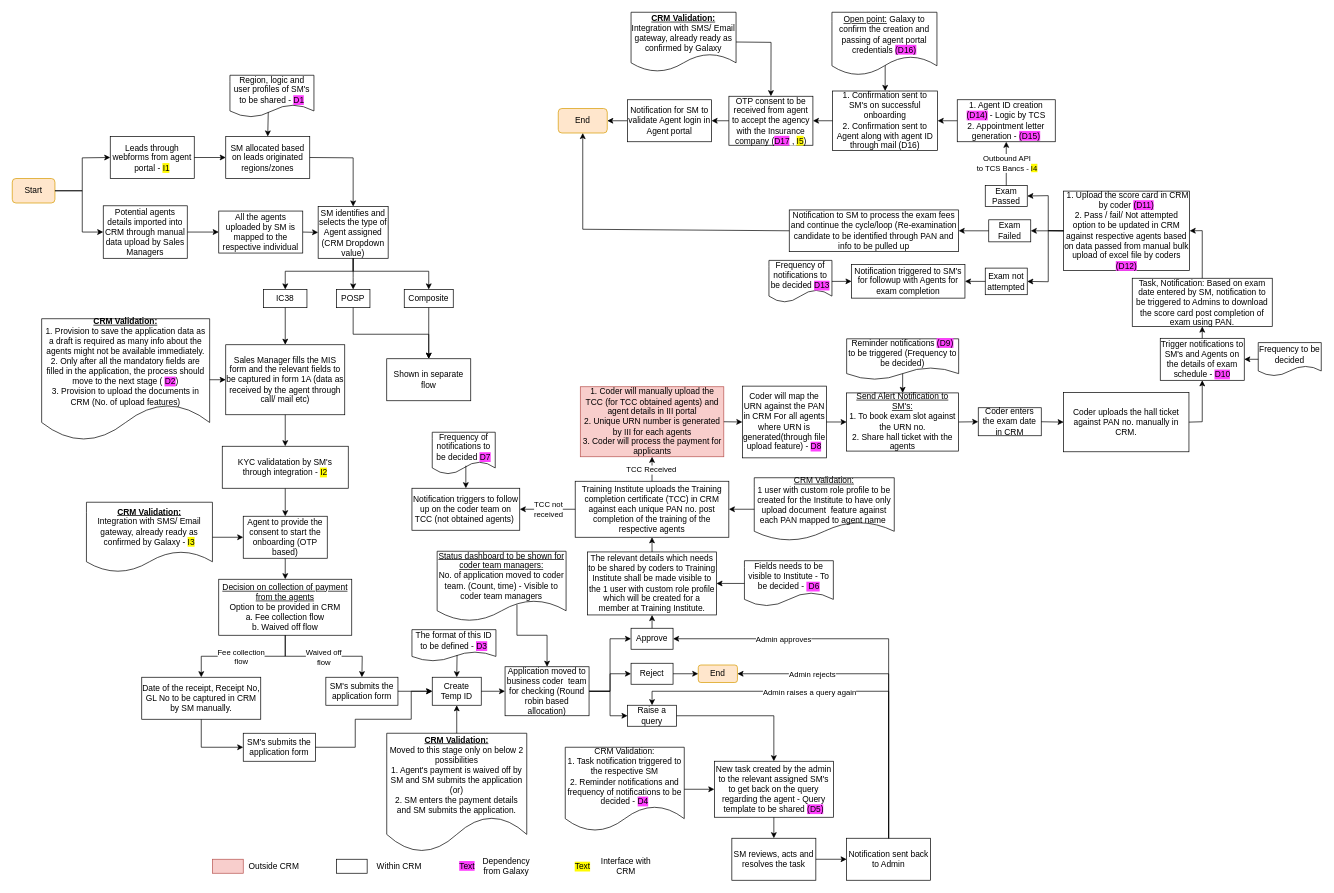
The draw.io diagram Agent Onboarding IC38.drawio in shaileshsreedar/Galaxy, before the edit. Source tidied: cells renumbered, new cells numbered last; positions are measured from the earlier drawing's top-left corner, leaving out a move shared by most shapes. Both pictures are drawn from the tidied source at 70%, with x=0, y=0 at pixel (12, 12).
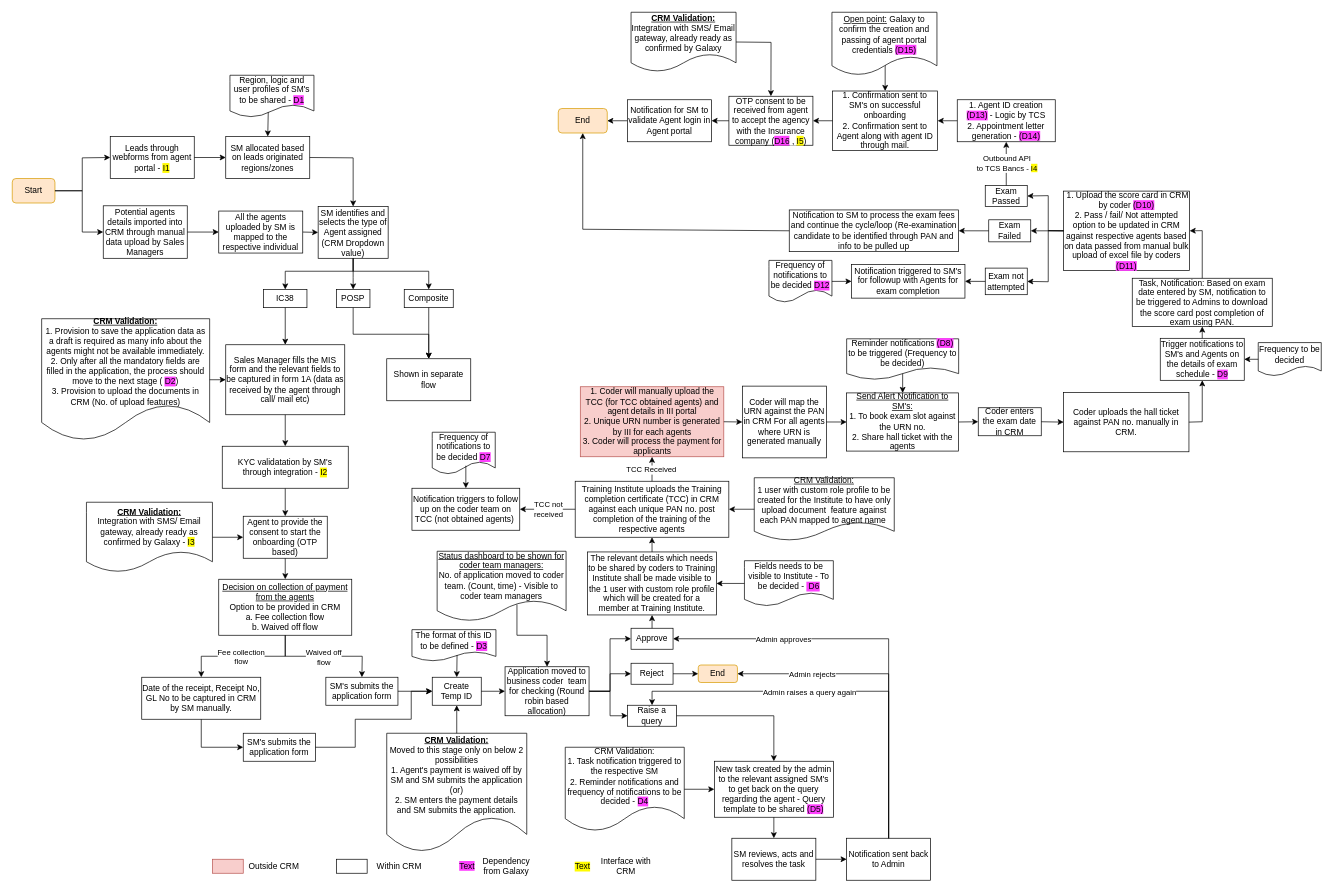
The same page after the edit.

What changed in the source:
```diff
@@
-    <mxCell id="70" value="Coder will map the URN against the PAN in CRM For all agents where URN is generated(through file upload feature) - &lt;span style=&quot;background-color: rgb(255, 64, 255);&quot;&gt;D8&lt;/span&gt;" style="rounded=0;whiteSpace=wrap;html=1;" parent="1" vertex="1">
+    <mxCell id="70" value="Coder will map the URN against the PAN in CRM For all agents where URN is generated manually" style="rounded=0;whiteSpace=wrap;html=1;" parent="1" vertex="1">
       <mxGeometry x="1043" y="534.1" width="120" height="102.5" as="geometry" />
     </mxCell>
@@
-    <mxCell id="74" value="Reminder notifications &lt;span style=&quot;background-color: rgb(255, 64, 255);&quot;&gt;(D9)&lt;/span&gt; to be triggered (Frequency to be decided)" style="shape=document;whiteSpace=wrap;html=1;boundedLbl=1;" parent="1" vertex="1">
+    <mxCell id="74" value="Reminder notifications &lt;span style=&quot;background-color: rgb(255, 64, 255);&quot;&gt;(D8)&lt;/span&gt; to be triggered (Frequency to be decided)" style="shape=document;whiteSpace=wrap;html=1;boundedLbl=1;" parent="1" vertex="1">
       <mxGeometry x="1192" y="466.5" width="160" height="58.5" as="geometry" />
     </mxCell>
@@
-    <mxCell id="78" value="Trigger notifications to SM's and Agents on the details of exam schedule - &lt;span style=&quot;background-color: rgb(255, 64, 255);&quot;&gt;D10&lt;/span&gt;" style="rounded=0;whiteSpace=wrap;html=1;" parent="1" vertex="1">
+    <mxCell id="78" value="Trigger notifications to SM's and Agents on the details of exam schedule - &lt;span style=&quot;background-color: rgb(255, 64, 255);&quot;&gt;D9&lt;/span&gt;" style="rounded=0;whiteSpace=wrap;html=1;" parent="1" vertex="1">
       <mxGeometry x="1640" y="465.8" width="120" height="60" as="geometry" />
     </mxCell>
@@
-    <mxCell id="84" value="&amp;nbsp;1. Upload the score card in CRM by coder&amp;nbsp;&lt;span style=&quot;background-color: rgb(255, 64, 255);&quot;&gt;(D11)&lt;/span&gt;&lt;div&gt;2. Pass / fail/ Not attempted option to be updated in CRM against respective agents based on data passed from manual bulk upload of excel file by coders &lt;span style=&quot;background-color: rgb(255, 64, 255);&quot;&gt;(D12)&lt;/span&gt;&lt;/div&gt;" style="rounded=0;whiteSpace=wrap;html=1;" parent="1" vertex="1">
+    <mxCell id="84" value="&amp;nbsp;1. Upload the score card in CRM by coder&amp;nbsp;&lt;span style=&quot;background-color: rgb(255, 64, 255);&quot;&gt;(D10)&lt;/span&gt;&lt;div&gt;2. Pass / fail/ Not attempted option to be updated in CRM against respective agents based on data passed from manual bulk upload of excel file by coders &lt;span style=&quot;background-color: rgb(255, 64, 255);&quot;&gt;(D11)&lt;/span&gt;&lt;/div&gt;" style="rounded=0;whiteSpace=wrap;html=1;" parent="1" vertex="1">
       <mxGeometry x="1502" y="255.5" width="180" height="113.5" as="geometry" />
     </mxCell>
@@
-    <mxCell id="89" value="1. Agent ID creation &lt;span style=&quot;background-color: rgb(255, 64, 255);&quot;&gt;(D14)&lt;/span&gt; - Logic by TCS&lt;div&gt;2. Appointment letter generation - &lt;span style=&quot;background-color: rgb(255, 64, 255);&quot;&gt;(D15)&lt;/span&gt;&lt;/div&gt;" style="rounded=0;whiteSpace=wrap;html=1;" parent="1" vertex="1">
+    <mxCell id="89" value="1. Agent ID creation &lt;span style=&quot;background-color: rgb(255, 64, 255);&quot;&gt;(D13)&lt;/span&gt; - Logic by TCS&lt;div&gt;2. Appointment letter generation - &lt;span style=&quot;background-color: rgb(255, 64, 255);&quot;&gt;(D14)&lt;/span&gt;&lt;/div&gt;" style="rounded=0;whiteSpace=wrap;html=1;" parent="1" vertex="1">
       <mxGeometry x="1350" y="125" width="140" height="60" as="geometry" />
     </mxCell>
-    <mxCell id="90" value="1. Confirmation sent to SM's on successful onboarding&lt;div&gt;2. Confirmation sent to Agent along with agent ID through mail (D16)&lt;/div&gt;" style="rounded=0;whiteSpace=wrap;html=1;" parent="1" vertex="1">
+    <mxCell id="90" value="1. Confirmation sent to SM's on successful onboarding&lt;div&gt;2. Confirmation sent to Agent along with agent ID through mail.&lt;/div&gt;" style="rounded=0;whiteSpace=wrap;html=1;" parent="1" vertex="1">
       <mxGeometry x="1172" y="112.5" width="150" height="85" as="geometry" />
     </mxCell>
@@
-    <mxCell id="102" value="OTP consent to be received from agent to accept the agency with the Insurance company (&lt;span style=&quot;background-color: rgb(255, 64, 255);&quot;&gt;D17&lt;/span&gt;&lt;span style=&quot;background-color: rgb(255, 255, 255);&quot;&gt;&amp;nbsp;, &lt;/span&gt;&lt;span style=&quot;background-color: rgb(255, 251, 0);&quot;&gt;I5&lt;/span&gt;)" style="rounded=0;whiteSpace=wrap;html=1;" parent="1" vertex="1">
+    <mxCell id="102" value="OTP consent to be received from agent to accept the agency with the Insurance company (&lt;span style=&quot;background-color: rgb(255, 64, 255);&quot;&gt;D16&lt;/span&gt;&lt;span style=&quot;background-color: rgb(255, 255, 255);&quot;&gt;&amp;nbsp;, &lt;/span&gt;&lt;span style=&quot;background-color: rgb(255, 251, 0);&quot;&gt;I5&lt;/span&gt;)" style="rounded=0;whiteSpace=wrap;html=1;" parent="1" vertex="1">
       <mxGeometry x="1023.8" y="120" width="120" height="70" as="geometry" />
     </mxCell>
@@
-    <mxCell id="113" value="Frequency of notifications to be decided &lt;span style=&quot;background-color: rgb(255, 64, 255);&quot;&gt;D13&lt;/span&gt;" style="shape=document;whiteSpace=wrap;html=1;boundedLbl=1;" parent="1" vertex="1">
+    <mxCell id="113" value="Frequency of notifications to be decided &lt;span style=&quot;background-color: rgb(255, 64, 255);&quot;&gt;D12&lt;/span&gt;" style="shape=document;whiteSpace=wrap;html=1;boundedLbl=1;" parent="1" vertex="1">
       <mxGeometry x="1081" y="354.5" width="90" height="60" as="geometry" />
     </mxCell>
@@
-    <mxCell id="135" value="&lt;u style=&quot;background-color: rgb(255, 255, 255);&quot;&gt;Open point:&lt;/u&gt;&amp;nbsp;Galaxy to confirm the creation and passing of agent portal credentials&amp;nbsp;&lt;span style=&quot;background-color: rgb(255, 64, 255);&quot;&gt;(D16)&lt;/span&gt;" style="shape=document;whiteSpace=wrap;html=1;boundedLbl=1;" parent="1" vertex="1">
+    <mxCell id="135" value="&lt;u style=&quot;background-color: rgb(255, 255, 255);&quot;&gt;Open point:&lt;/u&gt;&amp;nbsp;Galaxy to confirm the creation and passing of agent portal credentials&amp;nbsp;&lt;span style=&quot;background-color: rgb(255, 64, 255);&quot;&gt;(D15)&lt;/span&gt;" style="shape=document;whiteSpace=wrap;html=1;boundedLbl=1;" parent="1" vertex="1">
       <mxGeometry x="1171" width="150" height="90" as="geometry" />
     </mxCell>
```
